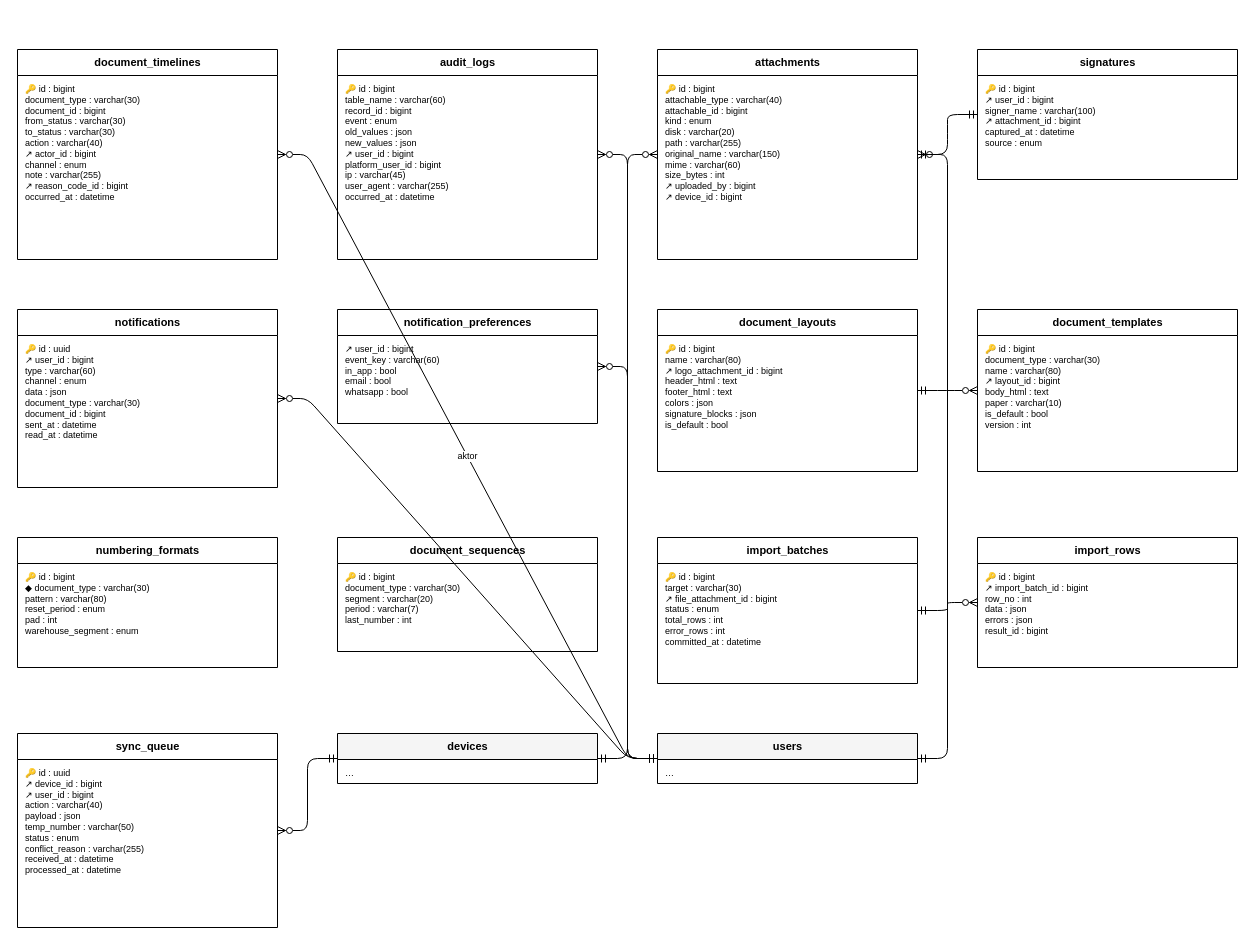
Earlier version of the draw.io diagram docs/diagram/erd-umum.drawio (HengkyDarmawan/wms). Source tidied: cells renumbered, new cells numbered last; positions are measured from the earlier drawing's top-left corner, leaving out a move shared by most shapes. Both pictures are drawn from the tidied source at 100%, with x=0, y=0 at pixel (17, 49).
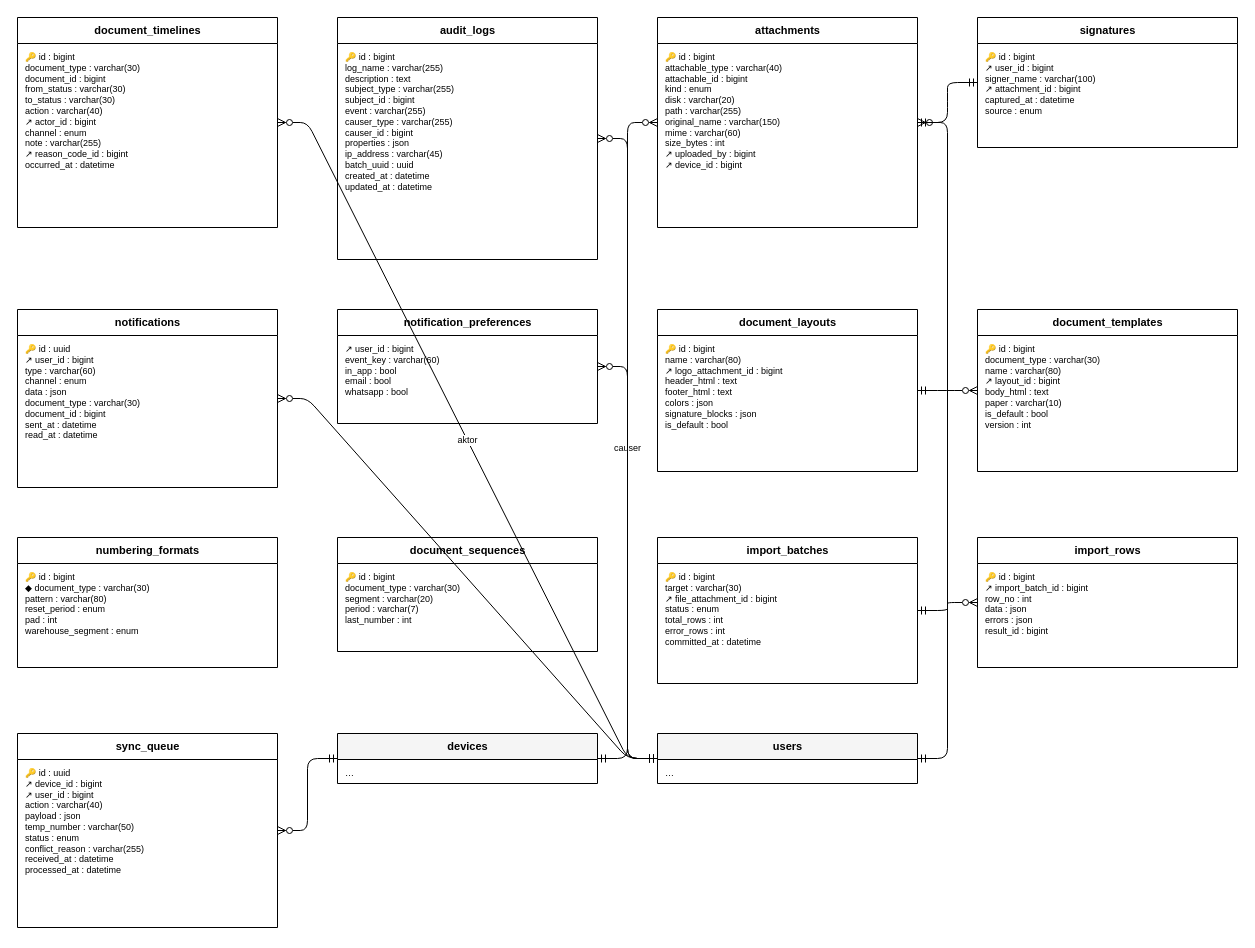
After the change.

Unchanged cells that the change refers to:
```xml
<mxCell id="30" value="users" style="swimlane;fontStyle=1;horizontal=1;startSize=26;html=1;fontSize=11;fillColor=#F5F5F5;" parent="1" vertex="1">
  <mxGeometry x="640" y="684" width="260" height="50" as="geometry" />
</mxCell>
```

Diff of the diagram source:
```diff
@@
     <mxCell id="2" value="document_timelines" style="swimlane;fontStyle=1;horizontal=1;startSize=26;html=1;fontSize=11;fillColor=#FFFFFF;" parent="1" vertex="1">
-      <mxGeometry width="260" height="210" as="geometry" />
+      <mxGeometry y="-32" width="260" height="210" as="geometry" />
     </mxCell>
@@
     <mxCell id="4" value="audit_logs" style="swimlane;fontStyle=1;horizontal=1;startSize=26;html=1;fontSize=11;fillColor=#FFFFFF;" parent="1" vertex="1">
-      <mxGeometry x="320" width="260" height="210" as="geometry" />
+      <mxGeometry x="320" y="-32" width="260" height="242" as="geometry" />
     </mxCell>
-    <mxCell id="5" value="🔑 id : bigint&lt;br&gt;table_name : varchar(60)&lt;br&gt;record_id : bigint&lt;br&gt;event : enum&lt;br&gt;old_values : json&lt;br&gt;new_values : json&lt;br&gt;↗ user_id : bigint&lt;br&gt;platform_user_id : bigint&lt;br&gt;ip : varchar(45)&lt;br&gt;user_agent : varchar(255)&lt;br&gt;occurred_at : datetime" style="text;html=1;strokeColor=none;fillColor=none;align=left;verticalAlign=top;spacingLeft=6;spacingTop=2;fontSize=9;whiteSpace=wrap;overflow=hidden;" parent="4" vertex="1">
-      <mxGeometry y="26" width="260" height="184" as="geometry" />
+    <mxCell id="5" value="🔑 id : bigint&lt;br&gt;log_name : varchar(255)&lt;br&gt;description : text&lt;br&gt;subject_type : varchar(255)&lt;br&gt;subject_id : bigint&lt;br&gt;event : varchar(255)&lt;br&gt;causer_type : varchar(255)&lt;br&gt;causer_id : bigint&lt;br&gt;properties : json&lt;br&gt;ip_address : varchar(45)&lt;br&gt;batch_uuid : uuid&lt;br&gt;created_at : datetime&lt;br&gt;updated_at : datetime" style="text;html=1;strokeColor=none;fillColor=none;align=left;verticalAlign=top;spacingLeft=6;spacingTop=2;fontSize=9;whiteSpace=wrap;overflow=hidden;" parent="4" vertex="1">
+      <mxGeometry y="26" width="260" height="216" as="geometry" />
     </mxCell>
     <mxCell id="6" value="attachments" style="swimlane;fontStyle=1;horizontal=1;startSize=26;html=1;fontSize=11;fillColor=#FFFFFF;" parent="1" vertex="1">
-      <mxGeometry x="640" width="260" height="210" as="geometry" />
+      <mxGeometry x="640" y="-32" width="260" height="210" as="geometry" />
     </mxCell>
@@
     <mxCell id="8" value="signatures" style="swimlane;fontStyle=1;horizontal=1;startSize=26;html=1;fontSize=11;fillColor=#FFFFFF;" parent="1" vertex="1">
-      <mxGeometry x="960" width="260" height="130" as="geometry" />
+      <mxGeometry x="960" y="-32" width="260" height="130" as="geometry" />
     </mxCell>
@@
-    <mxCell id="33" style="edgeStyle=entityRelationEdgeStyle;fontSize=9;html=1;endArrow=ERzeroToMany;startArrow=ERmandOne;endFill=0;startFill=0;" parent="1" edge="1" source="30" target="4">
+    <mxCell id="33" value="causer" style="edgeStyle=entityRelationEdgeStyle;fontSize=9;html=1;endArrow=ERzeroToMany;startArrow=ERmandOne;endFill=0;startFill=0;" parent="1" edge="1" source="30" target="4">
       <mxGeometry relative="1" as="geometry" />
     </mxCell>
```
